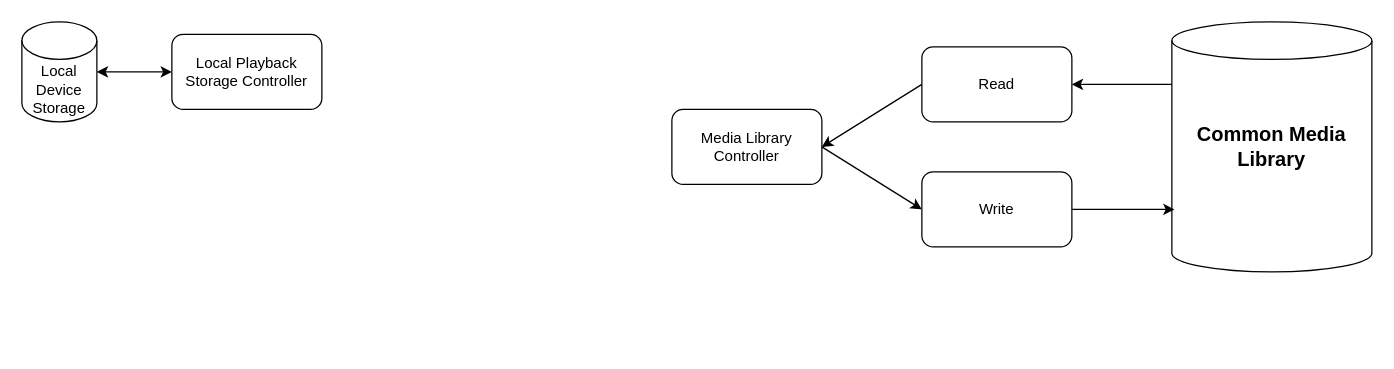
Above: page "DFD" (2 of 2) of MediCent Architecture.drawio in CorpDK/Drawing (draw.io), before the change. Source tidied: cells renumbered, new cells numbered last; positions are measured from the earlier drawing's top-left corner, leaving out a move shared by most shapes. Both pictures are drawn from the tidied source at 125%, with x=0, y=0 at pixel (21, 21).
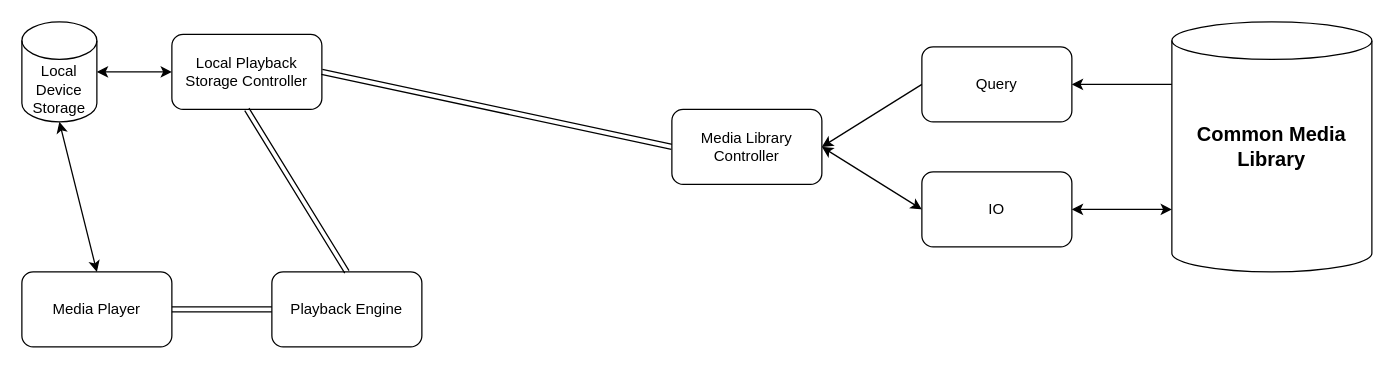
Above is the later version.

Unchanged cells that the change refers to:
```xml
<mxCell id="3" value="Local Playback Storage Controller" style="rounded=1;whiteSpace=wrap;html=1;" parent="2" vertex="1">
  <mxGeometry x="120" y="10" width="120" height="60" as="geometry" />
</mxCell>
<mxCell id="5" value="&lt;br&gt;&lt;br&gt;Local &lt;br&gt;Device Storage" style="shape=cylinder2;whiteSpace=wrap;html=1;boundedLbl=1;backgroundOutline=1;size=15;" parent="2" vertex="1">
  <mxGeometry width="60" height="80" as="geometry" />
</mxCell>
```

Change to the diagram source:
```diff
@@
-    <mxCell id="6" style="group;" parent="1" vertex="1">
-      <mxGeometry x="520" width="560" height="200" as="geometry" />
-    </mxCell>
+    <mxCell id="15" value="Playback Engine" style="rounded=1;whiteSpace=wrap;html=1;" parent="1" vertex="1">
+      <mxGeometry x="200" y="200" width="120" height="60" as="geometry" />
+    </mxCell>
+    <mxCell id="16" value="Media Player" style="rounded=1;whiteSpace=wrap;html=1;" parent="1" vertex="1">
+      <mxGeometry y="200" width="120" height="60" as="geometry" />
+    </mxCell>
+    <mxCell id="17" style="endArrow=classic;startArrow=classic;html=1;entryX=0.5;entryY=1;entryDx=0;entryDy=0;entryPerimeter=0;exitX=0.5;exitY=0;exitDx=0;exitDy=0;" parent="1" edge="1" source="16" target="5">
+      <mxGeometry relative="1" as="geometry" />
+    </mxCell>
+    <mxCell id="18" style="shape=link;html=1;exitX=1;exitY=0.5;exitDx=0;exitDy=0;entryX=0;entryY=0.5;entryDx=0;entryDy=0;" parent="1" edge="1" source="3" target="8">
+      <mxGeometry relative="1" as="geometry" />
+    </mxCell>
+    <mxCell id="19" style="shape=link;html=1;exitX=0.5;exitY=1;exitDx=0;exitDy=0;entryX=0.5;entryY=0;entryDx=0;entryDy=0;" parent="1" edge="1" source="3" target="15">
+      <mxGeometry relative="1" as="geometry" />
+    </mxCell>
+    <mxCell id="20" style="shape=link;html=1;exitX=1;exitY=0.5;exitDx=0;exitDy=0;entryX=0;entryY=0.5;entryDx=0;entryDy=0;" parent="1" edge="1" source="16" target="15">
+      <mxGeometry relative="1" as="geometry" />
+    </mxCell>
-    <mxCell id="7" value="&lt;b&gt;&lt;font style=&quot;font-size: 16px&quot;&gt;Common Media Library&lt;/font&gt;&lt;/b&gt;" style="shape=cylinder2;whiteSpace=wrap;html=1;boundedLbl=1;backgroundOutline=1;size=15;" parent="6" vertex="1">
-      <mxGeometry x="400" width="160" height="200" as="geometry" />
+    <mxCell id="7" value="&lt;b&gt;&lt;font style=&quot;font-size: 16px&quot;&gt;Common Media Library&lt;/font&gt;&lt;/b&gt;" style="shape=cylinder2;whiteSpace=wrap;html=1;boundedLbl=1;backgroundOutline=1;size=15;" parent="1" vertex="1">
+      <mxGeometry x="920" width="160" height="200" as="geometry" />
     </mxCell>
-    <mxCell id="8" value="Media Library Controller" style="rounded=1;whiteSpace=wrap;html=1;" parent="6" vertex="1">
-      <mxGeometry y="70" width="120" height="60" as="geometry" />
+    <mxCell id="8" value="Media Library Controller" style="rounded=1;whiteSpace=wrap;html=1;" parent="1" vertex="1">
+      <mxGeometry x="520" y="70" width="120" height="60" as="geometry" />
     </mxCell>
-    <mxCell id="9" value="Read" style="rounded=1;whiteSpace=wrap;html=1;" parent="6" vertex="1">
-      <mxGeometry x="200" y="20" width="120" height="60" as="geometry" />
+    <mxCell id="9" value="Query" style="rounded=1;whiteSpace=wrap;html=1;" parent="1" vertex="1">
+      <mxGeometry x="720" y="20" width="120" height="60" as="geometry" />
     </mxCell>
-    <mxCell id="10" value="Write" style="rounded=1;whiteSpace=wrap;html=1;" parent="6" vertex="1">
-      <mxGeometry x="200" y="120" width="120" height="60" as="geometry" />
+    <mxCell id="10" value="IO" style="rounded=1;whiteSpace=wrap;html=1;" parent="1" vertex="1">
+      <mxGeometry x="720" y="120" width="120" height="60" as="geometry" />
     </mxCell>
-    <mxCell id="11" style="endArrow=classic;html=1;entryX=1;entryY=0.5;entryDx=0;entryDy=0;exitX=0;exitY=0.5;exitDx=0;exitDy=0;" parent="6" edge="1" source="9" target="8">
+    <mxCell id="11" style="endArrow=classic;html=1;entryX=1;entryY=0.5;entryDx=0;entryDy=0;exitX=0;exitY=0.5;exitDx=0;exitDy=0;" parent="1" edge="1" source="9" target="8">
       <mxGeometry relative="1" as="geometry" />
     </mxCell>
-    <mxCell id="12" style="endArrow=classic;html=1;exitX=1;exitY=0.5;exitDx=0;exitDy=0;entryX=0;entryY=0.5;entryDx=0;entryDy=0;" parent="6" edge="1" source="8" target="10">
-      <mxGeometry relative="1" as="geometry" />
-    </mxCell>
-    <mxCell id="13" style="endArrow=classic;html=1;entryX=1;entryY=0.5;entryDx=0;entryDy=0;exitX=0;exitY=0.25;exitDx=0;exitDy=0;exitPerimeter=0;" parent="6" edge="1" source="7" target="9">
+    <mxCell id="13" style="endArrow=classic;html=1;entryX=1;entryY=0.5;entryDx=0;entryDy=0;exitX=0;exitY=0.25;exitDx=0;exitDy=0;exitPerimeter=0;" parent="1" edge="1" source="7" target="9">
       <mxGeometry relative="1" as="geometry" />
     </mxCell>
-    <mxCell id="14" style="endArrow=classic;html=1;entryX=0.013;entryY=0.75;entryDx=0;entryDy=0;exitX=1;exitY=0.5;exitDx=0;exitDy=0;entryPerimeter=0;" parent="6" edge="1" source="10" target="7">
-      <mxGeometry relative="1" as="geometry" />
-    </mxCell>
+    <mxCell id="21" style="endArrow=classic;startArrow=classic;html=1;entryX=1;entryY=0.5;entryDx=0;entryDy=0;exitX=0;exitY=0.5;exitDx=0;exitDy=0;" parent="1" edge="1" source="10" target="8">
+      <mxGeometry relative="1" as="geometry" />
+    </mxCell>
+    <mxCell id="22" style="endArrow=classic;startArrow=classic;html=1;entryX=1;entryY=0.5;entryDx=0;entryDy=0;exitX=0;exitY=0.75;exitDx=0;exitDy=0;exitPerimeter=0;" parent="1" edge="1" source="7" target="10">
+      <mxGeometry relative="1" as="geometry" />
+    </mxCell>
```
